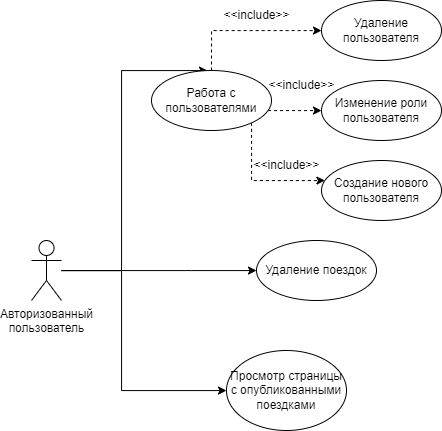
Before: documentation/диаграммы/use case со стороны администратора.png, a diagram exported from draw.io (egoistique/TravelWithFriends). Source tidied: cells renumbered, new cells last; positions are measured from the earlier drawing's top-left corner, leaving out a move shared by most shapes.
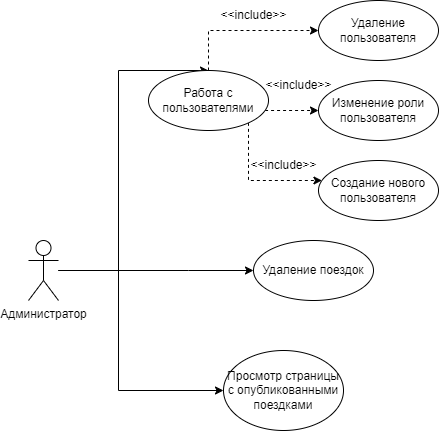
Later version of the same file.

Diff of the diagram source:
```diff
@@ -10,7 +10,7 @@
         </Array>
       </mxGeometry>
     </mxCell>
-    <mxCell id="3" value="Авторизованный&lt;br&gt;пользователь" style="shape=umlActor;verticalLabelPosition=bottom;verticalAlign=top;html=1;outlineConnect=0;" parent="1" vertex="1">
+    <mxCell id="3" value="Администратор" style="shape=umlActor;verticalLabelPosition=bottom;verticalAlign=top;html=1;outlineConnect=0;" parent="1" vertex="1">
       <mxGeometry y="240" width="30" height="60" as="geometry" />
     </mxCell>
     <mxCell id="4" value="Просмотр страницы с опубликованными поездками" style="ellipse;whiteSpace=wrap;html=1;" parent="1" vertex="1">
```
